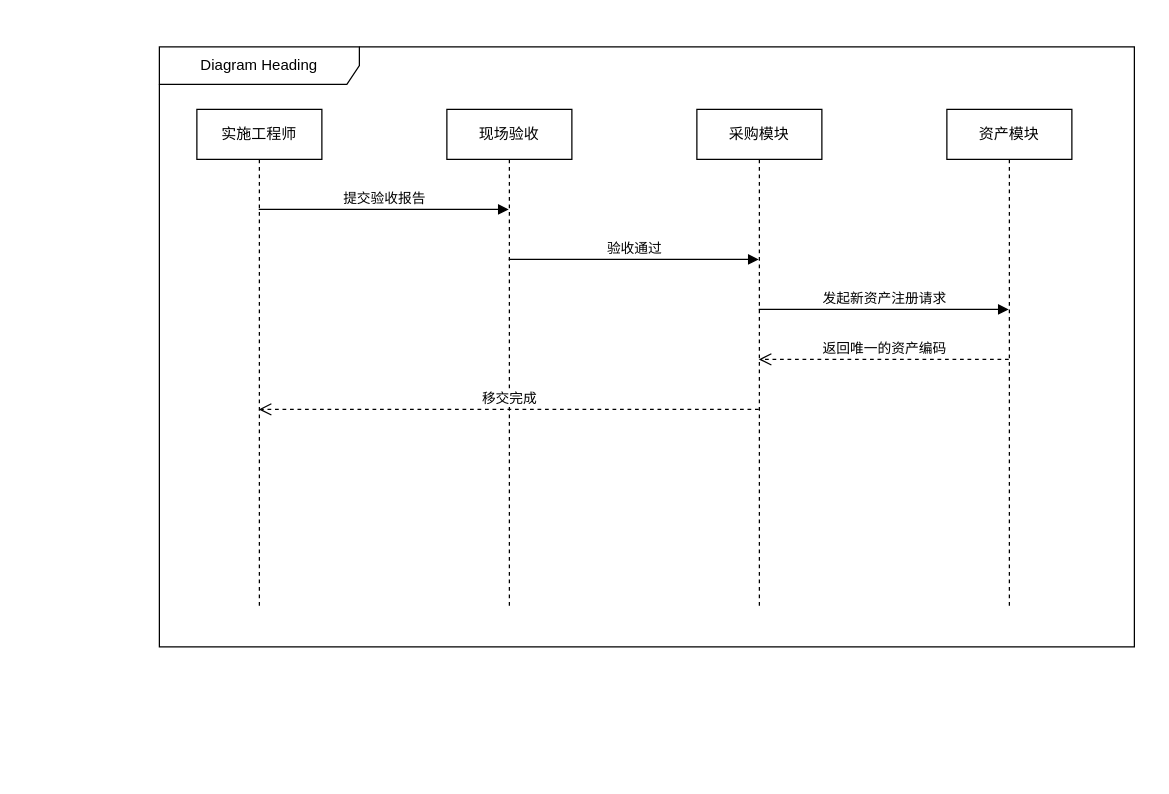
This is work/final/验收移交顺序图.drawio from CoKoii/Study, a draw.io file, before an edit. Source tidied: cells renumbered, new cells numbered last; positions are measured from the earlier drawing's top-left corner, leaving out a move shared by most shapes. Both pictures are drawn from the tidied source at 125%, with x=0, y=0 at pixel (159, 46).
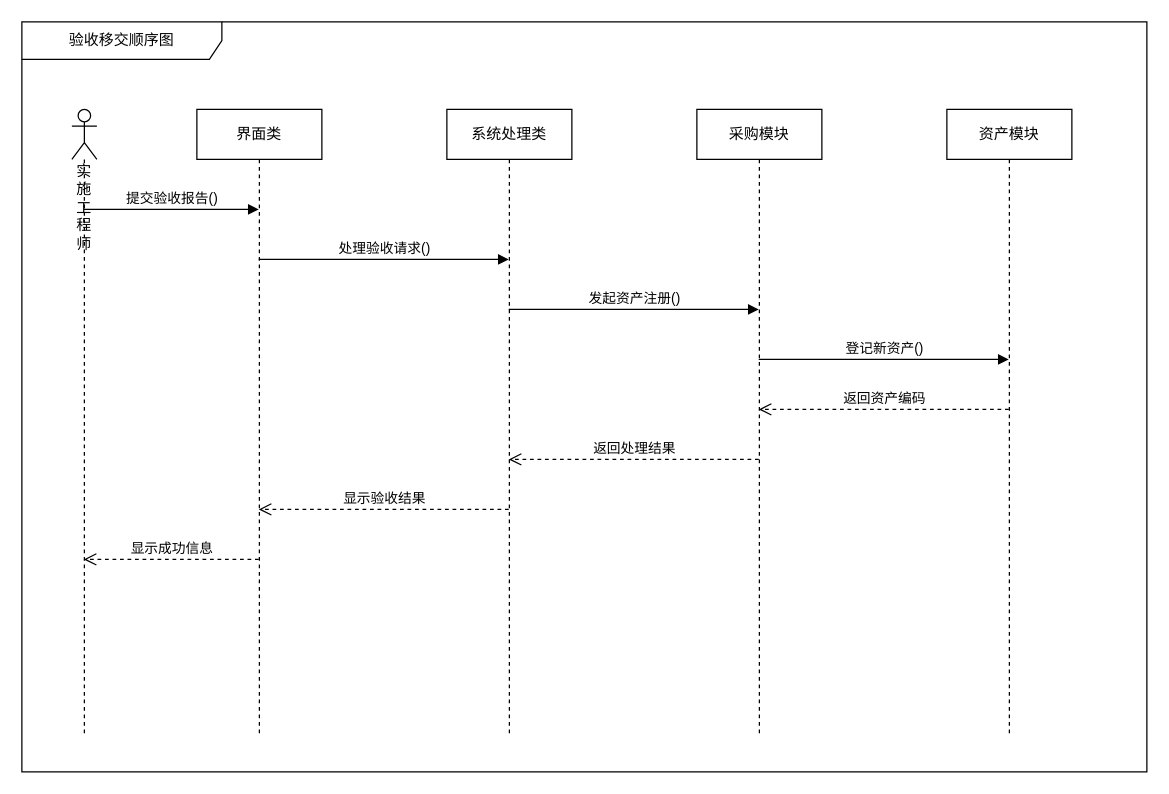
The same diagram, later.

Change to the diagram source:
```diff
@@
-    <mxCell id="2" value="实施工程师" style="shape=umlLifeline;perimeter=lifelinePerimeter;whiteSpace=wrap;html=1;outlineConnect=0;" parent="1" vertex="1">
-      <mxGeometry x="30" y="50" width="100" height="400" as="geometry" />
+    <mxCell id="2" value="实施工程师" style="shape=umlLifeline;participant=umlActor;perimeter=lifelinePerimeter;whiteSpace=wrap;html=1;verticalAlign=top;spacingTop=36;outlineConnect=0;" parent="1" vertex="1">
+      <mxGeometry x="-70" y="50" width="20" height="500" as="geometry" />
     </mxCell>
-    <mxCell id="3" value="现场验收" style="shape=umlLifeline;perimeter=lifelinePerimeter;whiteSpace=wrap;html=1;outlineConnect=0;" parent="1" vertex="1">
-      <mxGeometry x="230" y="50" width="100" height="400" as="geometry" />
-    </mxCell>
+    <mxCell id="12" value="界面类" style="shape=umlLifeline;perimeter=lifelinePerimeter;whiteSpace=wrap;html=1;outlineConnect=0;" parent="1" vertex="1">
+      <mxGeometry x="30" y="50" width="100" height="500" as="geometry" />
+    </mxCell>
+    <mxCell id="13" value="系统处理类" style="shape=umlLifeline;perimeter=lifelinePerimeter;whiteSpace=wrap;html=1;outlineConnect=0;" parent="1" vertex="1">
+      <mxGeometry x="230" y="50" width="100" height="500" as="geometry" />
+    </mxCell>
     <mxCell id="4" value="采购模块" style="shape=umlLifeline;perimeter=lifelinePerimeter;whiteSpace=wrap;html=1;outlineConnect=0;" parent="1" vertex="1">
-      <mxGeometry x="430" y="50" width="100" height="400" as="geometry" />
+      <mxGeometry x="430" y="50" width="100" height="500" as="geometry" />
     </mxCell>
     <mxCell id="5" value="资产模块" style="shape=umlLifeline;perimeter=lifelinePerimeter;whiteSpace=wrap;html=1;outlineConnect=0;" parent="1" vertex="1">
-      <mxGeometry x="630" y="50" width="100" height="400" as="geometry" />
+      <mxGeometry x="630" y="50" width="100" height="500" as="geometry" />
     </mxCell>
-    <mxCell id="6" value="提交验收报告" style="html=1;verticalAlign=bottom;endArrow=block;rounded=0;" parent="1" edge="1" source="2" target="3">
+    <mxCell id="6" value="提交验收报告()" style="html=1;verticalAlign=bottom;endArrow=block;rounded=0;" parent="1" edge="1" source="2" target="12">
       <mxGeometry relative="1" as="geometry">
         <Array as="points">
-          <mxPoint x="180" y="130" />
+          <mxPoint x="10" y="130" />
         </Array>
       </mxGeometry>
     </mxCell>
-    <mxCell id="7" value="验收通过" style="html=1;verticalAlign=bottom;endArrow=block;rounded=0;" parent="1" edge="1" source="3" target="4">
+    <mxCell id="7" value="处理验收请求()" style="html=1;verticalAlign=bottom;endArrow=block;rounded=0;" parent="1" edge="1" source="12" target="13">
       <mxGeometry relative="1" as="geometry">
         <Array as="points">
-          <mxPoint x="380" y="170" />
+          <mxPoint x="180" y="170" />
         </Array>
       </mxGeometry>
     </mxCell>
-    <mxCell id="8" value="发起新资产注册请求" style="html=1;verticalAlign=bottom;endArrow=block;rounded=0;" parent="1" edge="1" source="4" target="5">
+    <mxCell id="8" value="发起资产注册()" style="html=1;verticalAlign=bottom;endArrow=block;rounded=0;" parent="1" edge="1" source="13" target="4">
       <mxGeometry relative="1" as="geometry">
         <Array as="points">
-          <mxPoint x="580" y="210" />
+          <mxPoint x="380" y="210" />
         </Array>
       </mxGeometry>
     </mxCell>
-    <mxCell id="9" value="返回唯一的资产编码" style="html=1;verticalAlign=bottom;endArrow=open;dashed=1;endSize=8;rounded=0;" parent="1" edge="1" source="5" target="4">
+    <mxCell id="9" value="登记新资产()" style="html=1;verticalAlign=bottom;endArrow=block;rounded=0;" parent="1" edge="1" source="4" target="5">
       <mxGeometry relative="1" as="geometry">
         <Array as="points">
           <mxPoint x="580" y="250" />
         </Array>
       </mxGeometry>
     </mxCell>
-    <mxCell id="10" value="移交完成" style="html=1;verticalAlign=bottom;endArrow=open;dashed=1;endSize=8;rounded=0;" parent="1" edge="1" source="4" target="2">
+    <mxCell id="10" value="返回资产编码" style="html=1;verticalAlign=bottom;endArrow=open;dashed=1;endSize=8;rounded=0;" parent="1" edge="1" source="5" target="4">
       <mxGeometry relative="1" as="geometry">
         <Array as="points">
-          <mxPoint x="280" y="290" />
+          <mxPoint x="580" y="290" />
         </Array>
       </mxGeometry>
     </mxCell>
-    <mxCell id="11" value="Diagram Heading" style="shape=umlFrame;whiteSpace=wrap;html=1;width=160;" parent="1" vertex="1">
-      <mxGeometry width="780" height="480" as="geometry" />
-    </mxCell>
+    <mxCell id="14" value="返回处理结果" style="html=1;verticalAlign=bottom;endArrow=open;dashed=1;endSize=8;rounded=0;" parent="1" edge="1" source="4" target="13">
+      <mxGeometry relative="1" as="geometry">
+        <Array as="points">
+          <mxPoint x="380" y="330" />
+        </Array>
+      </mxGeometry>
+    </mxCell>
+    <mxCell id="15" value="显示验收结果" style="html=1;verticalAlign=bottom;endArrow=open;dashed=1;endSize=8;rounded=0;" parent="1" edge="1" source="13" target="12">
+      <mxGeometry relative="1" as="geometry">
+        <Array as="points">
+          <mxPoint x="180" y="370" />
+        </Array>
+      </mxGeometry>
+    </mxCell>
+    <mxCell id="16" value="显示成功信息" style="html=1;verticalAlign=bottom;endArrow=open;dashed=1;endSize=8;rounded=0;" parent="1" edge="1" source="12" target="2">
+      <mxGeometry relative="1" as="geometry">
+        <Array as="points">
+          <mxPoint x="10" y="410" />
+        </Array>
+      </mxGeometry>
+    </mxCell>
+    <mxCell id="17" value="验收移交顺序图" style="shape=umlFrame;whiteSpace=wrap;html=1;width=160;" parent="1" vertex="1">
+      <mxGeometry x="-110" y="-20" width="900" height="600" as="geometry" />
+    </mxCell>
```
